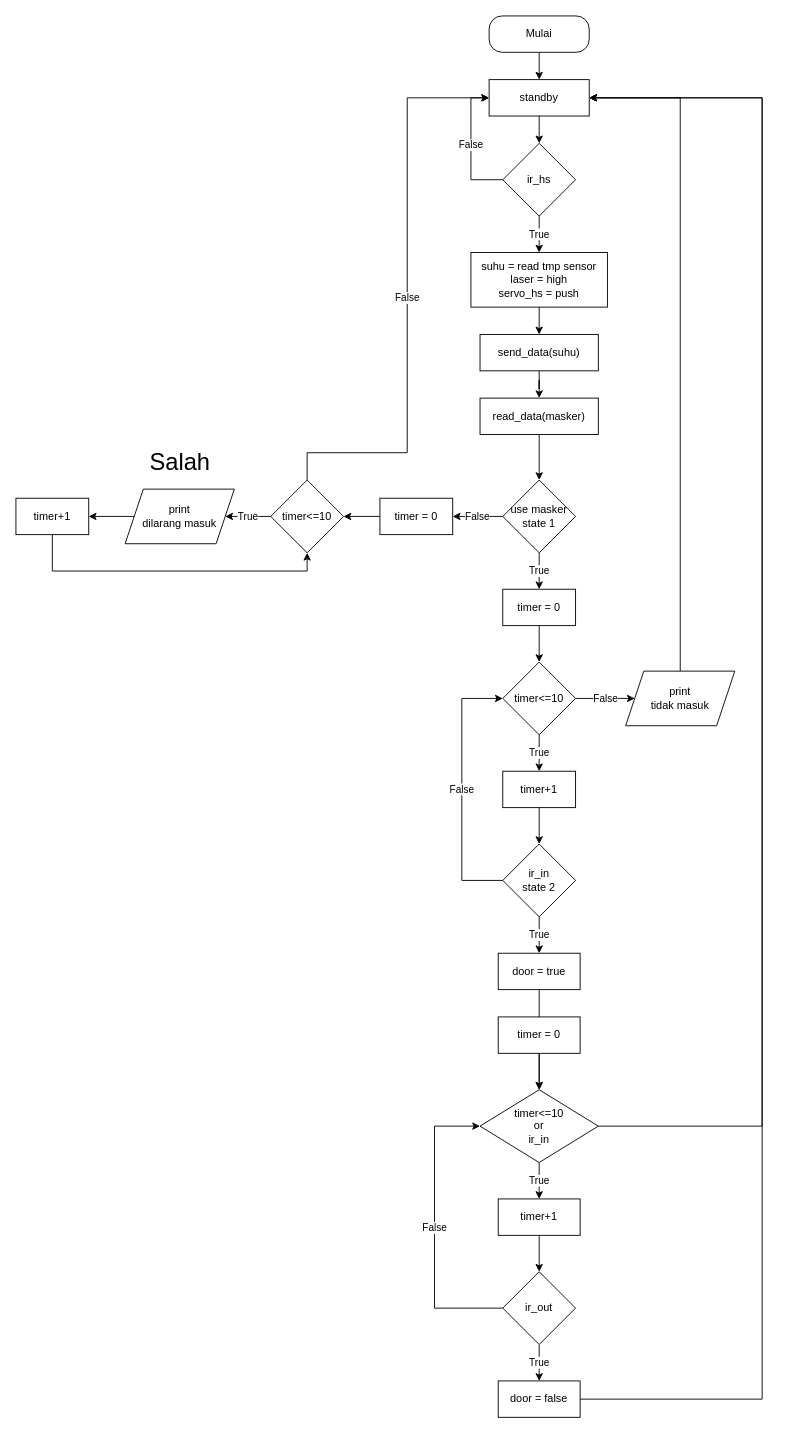
The draw.io diagram Docs/flowchart_micon.drawio in ahmadaziz6720/hackfest_meocon, before the edit. Source tidied: cells renumbered, new cells numbered last; positions are measured from the earlier drawing's top-left corner, leaving out a move shared by most shapes. Both pictures are drawn from the tidied source at 91%, with x=0, y=0 at pixel (15, 15).
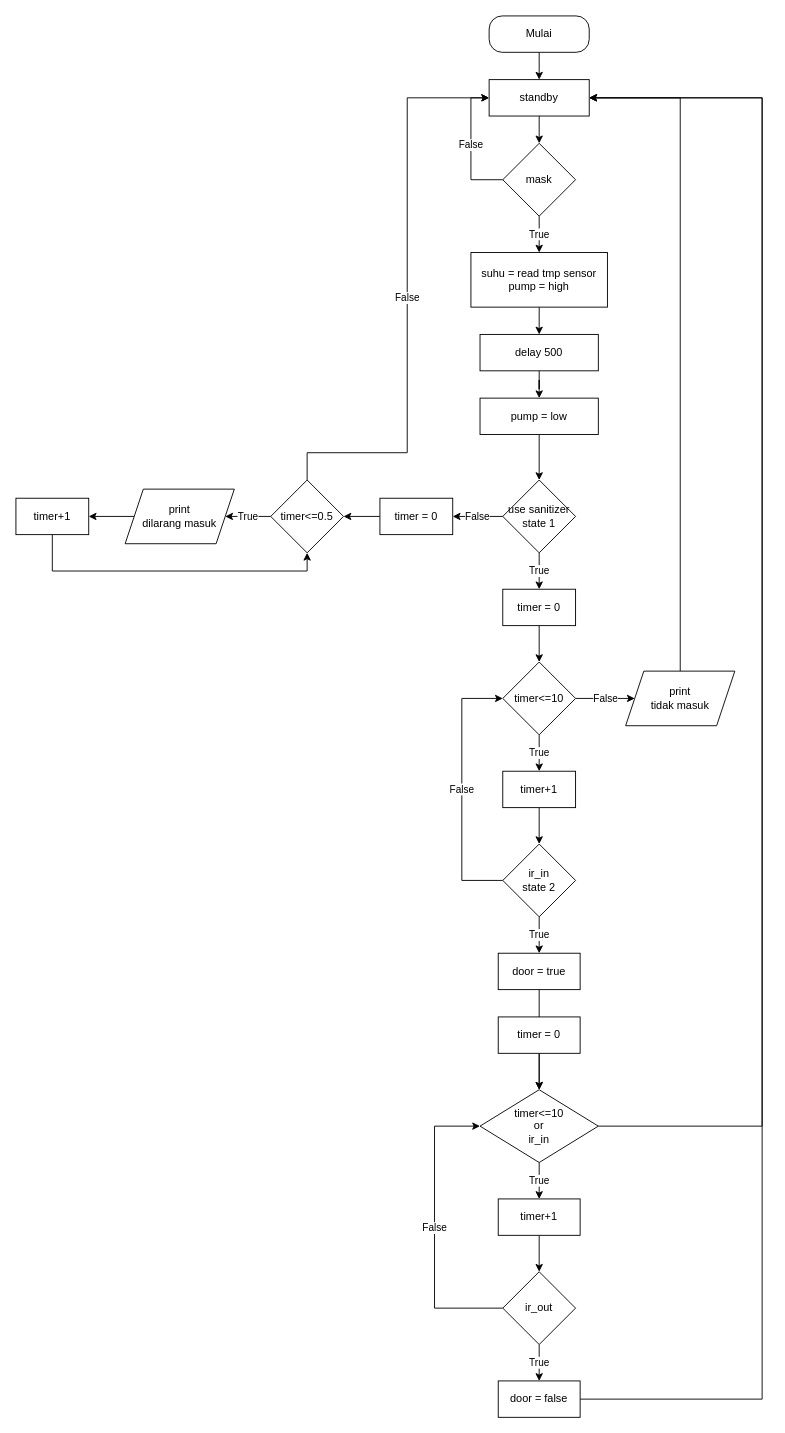
The same page after the edit.

Change to the diagram source:
```diff
@@
-    <mxCell id="8" value="ir_hs" style="rhombus;whiteSpace=wrap;html=1;" parent="1" vertex="1">
+    <mxCell id="8" value="mask" style="rhombus;whiteSpace=wrap;html=1;" parent="1" vertex="1">
       <mxGeometry x="535" y="140" width="80" height="80" as="geometry" />
     </mxCell>
@@
-    <mxCell id="10" value="suhu = read tmp sensor&lt;br&gt;laser = high&lt;br&gt;servo_hs = push" style="rounded=0;whiteSpace=wrap;html=1;" parent="1" vertex="1">
+    <mxCell id="10" value="suhu = read tmp sensor&lt;br&gt;pump = high" style="rounded=0;whiteSpace=wrap;html=1;" parent="1" vertex="1">
       <mxGeometry x="500" y="260" width="150" height="60" as="geometry" />
     </mxCell>
@@
-    <mxCell id="12" value="send_data(suhu)" style="rounded=0;whiteSpace=wrap;html=1;" parent="1" vertex="1">
+    <mxCell id="12" value="delay 500" style="rounded=0;whiteSpace=wrap;html=1;" parent="1" vertex="1">
       <mxGeometry x="510" y="350" width="130" height="40" as="geometry" />
     </mxCell>
@@
-    <mxCell id="14" value="read_data(masker)" style="rounded=0;whiteSpace=wrap;html=1;" parent="1" vertex="1">
+    <mxCell id="14" value="pump = low" style="rounded=0;whiteSpace=wrap;html=1;" parent="1" vertex="1">
       <mxGeometry x="510" y="420" width="130" height="40" as="geometry" />
     </mxCell>
@@
-    <mxCell id="17" value="use masker&lt;br&gt;state 1" style="rhombus;whiteSpace=wrap;html=1;" parent="1" vertex="1">
+    <mxCell id="17" value="use sanitizer&lt;br&gt;state 1" style="rhombus;whiteSpace=wrap;html=1;" parent="1" vertex="1">
       <mxGeometry x="535" y="510" width="80" height="80" as="geometry" />
     </mxCell>
@@
-    <mxCell id="29" value="timer&amp;lt;=10" style="rhombus;whiteSpace=wrap;html=1;" parent="1" vertex="1">
+    <mxCell id="29" value="timer&amp;lt;=0.5" style="rhombus;whiteSpace=wrap;html=1;" parent="1" vertex="1">
       <mxGeometry x="280" y="510" width="80" height="80" as="geometry" />
     </mxCell>
@@
-    <mxCell id="53" value="&lt;font style=&quot;font-size: 26px&quot;&gt;Salah&lt;/font&gt;" style="text;html=1;align=center;verticalAlign=middle;strokeColor=none;fillColor=none;" parent="1" vertex="1">
-      <mxGeometry x="140" y="480" width="80" height="20" as="geometry" />
-    </mxCell>
```
